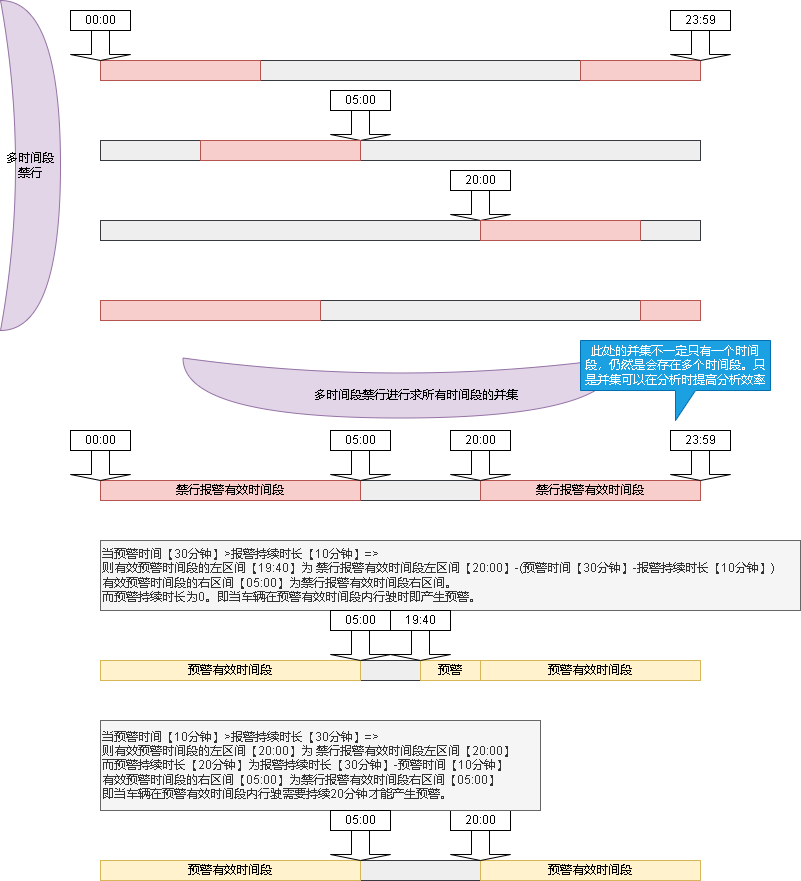
The draw.io diagram 禁行.drawio.png in xktder/draw, before a commit. Source tidied: cells renumbered, new cells last; positions are measured from the earlier drawing's top-left corner, leaving out a move shared by most shapes.
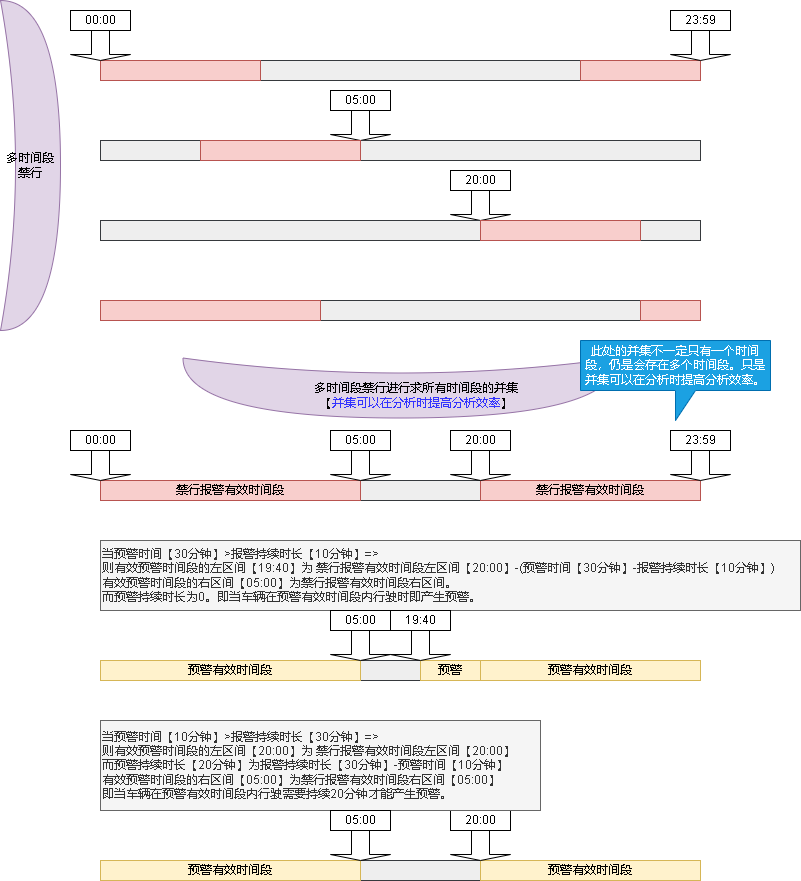
After the change.

What changed in the source:
```diff
@@ -140,8 +140,8 @@
     <mxCell id="47" value="多时间段禁行" style="shape=xor;whiteSpace=wrap;html=1;fillColor=#e1d5e7;strokeColor=#9673a6;" parent="1" vertex="1">
       <mxGeometry width="60" height="330" as="geometry" />
     </mxCell>
-    <mxCell id="48" value="&lt;span style=&quot;background-color: rgb(225, 213, 231);&quot;&gt;多时间段禁行进行求所有时间段的并集&lt;br&gt;&lt;/span&gt;" style="text;html=1;align=center;verticalAlign=middle;strokeColor=none;fillColor=none;" parent="1" vertex="1">
-      <mxGeometry x="300" y="380" width="230" height="30" as="geometry" />
+    <mxCell id="48" value="&lt;span style=&quot;background-color: rgb(225, 213, 231);&quot;&gt;多时间段禁行进行求所有时间段的并集&lt;br&gt;【&lt;/span&gt;&lt;font color=&quot;#3333ff&quot;&gt;并集可以在分析时提高分析效率&lt;/font&gt;&lt;span style=&quot;background-color: rgb(225, 213, 231);&quot;&gt;】&lt;br&gt;&lt;/span&gt;" style="text;html=1;align=center;verticalAlign=middle;strokeColor=none;fillColor=none;" parent="1" vertex="1">
+      <mxGeometry x="300" y="375" width="230" height="40" as="geometry" />
     </mxCell>
     <mxCell id="49" style="shape=singleArrow;direction=south;whiteSpace=wrap;html=1;" parent="1" vertex="1">
       <mxGeometry x="330" y="630" width="60" height="30" as="geometry" />
@@ -149,7 +149,7 @@
     <mxCell id="50" value="05:00" style="rounded=0;whiteSpace=wrap;html=1;" parent="1" vertex="1">
       <mxGeometry x="330" y="610" width="60" height="20" as="geometry" />
     </mxCell>
-    <mxCell id="51" value="此处的并集不一定只有一个时间段，仍然是会存在多个时间段。只是并集可以在分析时提高分析效率" style="shape=callout;whiteSpace=wrap;html=1;perimeter=calloutPerimeter;fillColor=#1ba1e2;fontColor=#ffffff;strokeColor=#006EAF;" parent="1" vertex="1">
+    <mxCell id="51" value="此处的并集不一定只有一个时间段，仍是会存在多个时间段。只是并集可以在分析时提高分析效率。" style="shape=callout;whiteSpace=wrap;html=1;perimeter=calloutPerimeter;fillColor=#1ba1e2;fontColor=#ffffff;strokeColor=#006EAF;" parent="1" vertex="1">
       <mxGeometry x="580" y="340" width="190" height="80" as="geometry" />
     </mxCell>
   </root>
```
